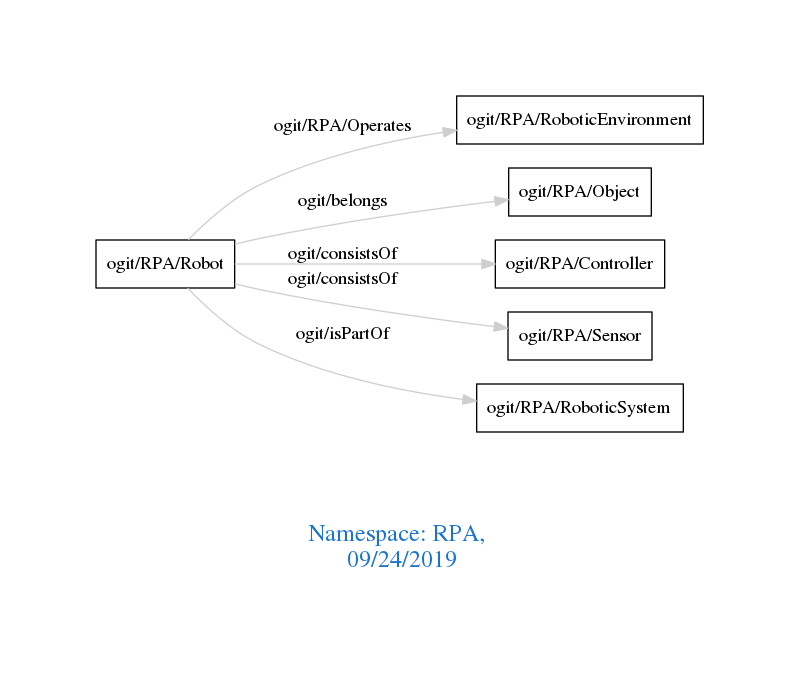
Before: downloads/RPA.png, a diagram exported from Graphviz (arago/OGIT). Its source is kept beside it as downloads/RPA.dot.
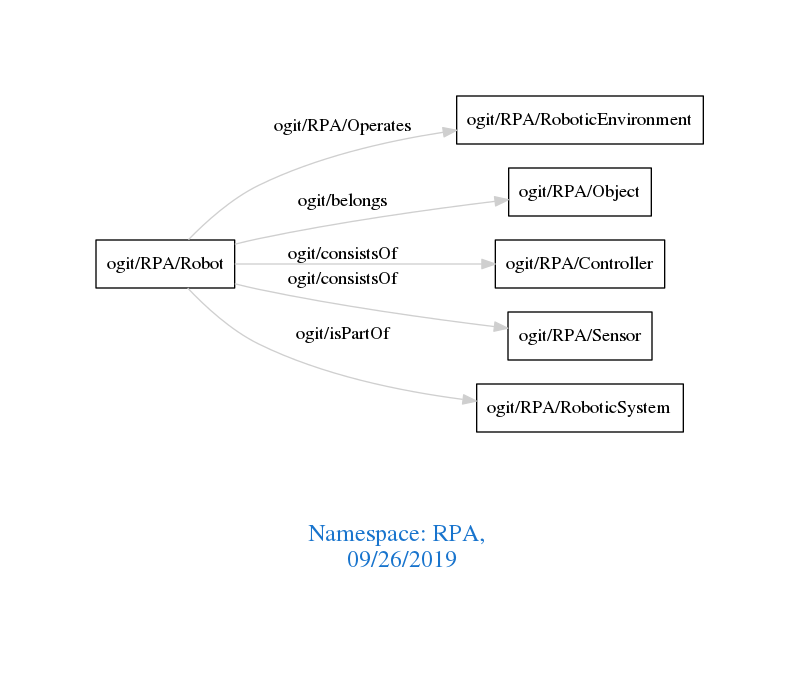
Above is the later version.

What changed in the source:
```diff
@@ -1,7 +1,7 @@
 digraph OGIT_ontology {
  graph [ rankdir= LR,pad=1
 fontsize = 18,
-fontcolor= dodgerblue3,label = "\n\n\nNamespace: RPA, \n 09/24/2019"];
+fontcolor= dodgerblue3,label = "\n\n\nNamespace: RPA, \n 09/26/2019"];
 node[shape=polygon];
 edge [  color="gray81"];
 
```
